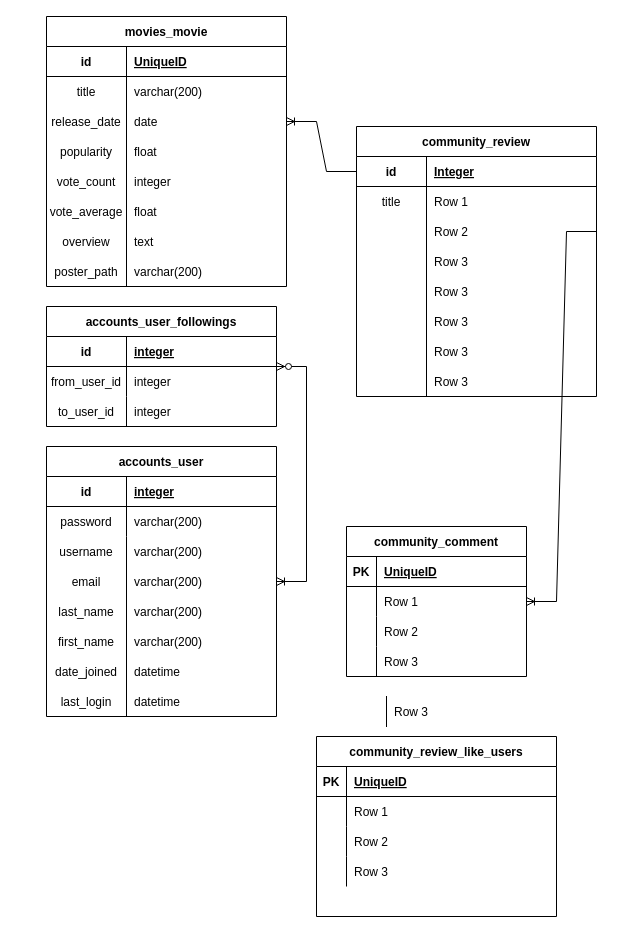
This is ERD.drawio from hanseungjune/ERD_MEMO, a draw.io file, before an edit. Source tidied: cells renumbered, new cells numbered last; positions are measured from the earlier drawing's top-left corner, leaving out a move shared by most shapes. Both pictures are drawn from the tidied source at 100%, with x=0, y=0 at pixel (46, 16).
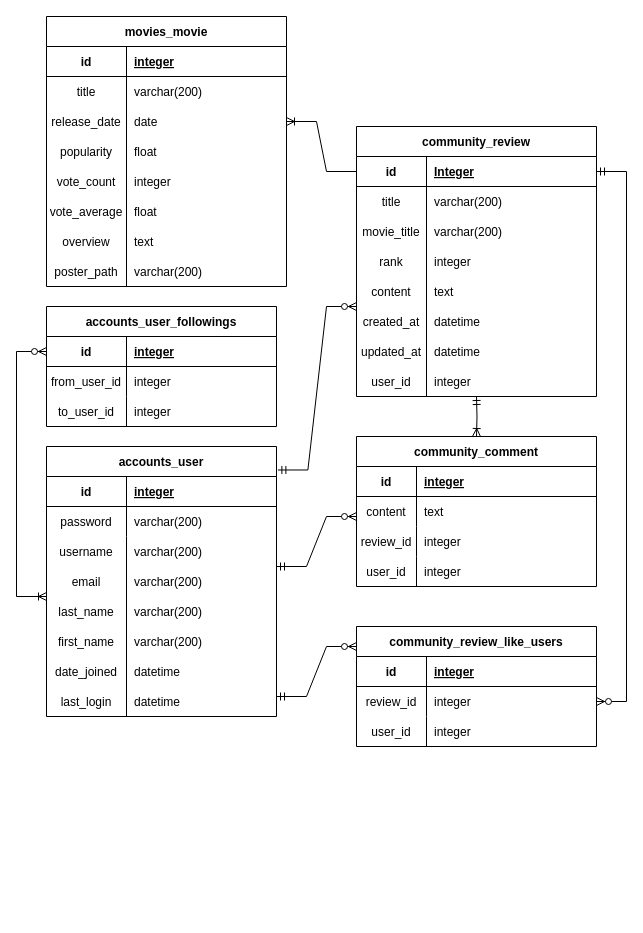
After the change.

The change refers to these unchanged cells:
```xml
<mxCell id="3" style="shape=tableRow;horizontal=0;startSize=0;swimlaneHead=0;swimlaneBody=0;fillColor=none;top=0;left=0;right=0;bottom=1;" parent="2" vertex="1">
  <mxGeometry y="30" width="240" height="30" as="geometry" />
</mxCell>
<mxCell id="16" style="shape=tableRow;horizontal=0;startSize=0;swimlaneHead=0;swimlaneBody=0;fillColor=none;points=[[0,0.5],[1,0.5]];portConstraint=eastwest;top=0;left=0;right=0;bottom=1;" parent="15" vertex="1">
  <mxGeometry y="30" width="240" height="30" as="geometry" />
</mxCell>
<mxCell id="19" style="shape=tableRow;horizontal=0;startSize=0;swimlaneHead=0;swimlaneBody=0;fillColor=none;top=0;left=0;right=0;bottom=0;" parent="15" vertex="1">
  <mxGeometry y="60" width="240" height="30" as="geometry" />
</mxCell>
<mxCell id="22" style="shape=tableRow;horizontal=0;startSize=0;swimlaneHead=0;swimlaneBody=0;fillColor=none;points=[[0,0.5],[1,0.5]];portConstraint=eastwest;top=0;left=0;right=0;bottom=0;" parent="15" vertex="1">
  <mxGeometry y="90" width="240" height="30" as="geometry" />
</mxCell>
<mxCell id="25" style="shape=tableRow;horizontal=0;startSize=0;swimlaneHead=0;swimlaneBody=0;fillColor=none;top=0;left=0;right=0;bottom=0;" parent="15" vertex="1">
  <mxGeometry y="120" width="240" height="30" as="geometry" />
</mxCell>
<mxCell id="44" style="shape=tableRow;horizontal=0;startSize=0;swimlaneHead=0;swimlaneBody=0;fillColor=none;top=0;left=0;right=0;bottom=1;" parent="43" vertex="1">
  <mxGeometry y="30" width="240" height="30" as="geometry" />
</mxCell>
<mxCell id="47" style="shape=tableRow;horizontal=0;startSize=0;swimlaneHead=0;swimlaneBody=0;fillColor=none;points=[[0,0.5],[1,0.5]];portConstraint=eastwest;top=0;left=0;right=0;bottom=0;" parent="43" vertex="1">
  <mxGeometry y="60" width="240" height="30" as="geometry" />
</mxCell>
<mxCell id="50" style="shape=tableRow;horizontal=0;startSize=0;swimlaneHead=0;swimlaneBody=0;fillColor=none;top=0;left=0;right=0;bottom=0;" parent="43" vertex="1">
  <mxGeometry y="90" width="240" height="30" as="geometry" />
</mxCell>
<mxCell id="58" value="accounts_user_followings" style="shape=table;startSize=30;childLayout=tableLayout;rowLines=0;fontStyle=1;align=center;fillColor=none;gradientColor=default;" parent="1" vertex="1">
  <mxGeometry y="290" width="230" height="120" as="geometry" />
</mxCell>
<mxCell id="59" style="shape=tableRow;horizontal=0;startSize=0;swimlaneHead=0;swimlaneBody=0;fillColor=none;points=[[0,0.5],[1,0.5]];portConstraint=eastwest;top=0;left=0;right=0;bottom=1;" parent="58" vertex="1">
  <mxGeometry y="30" width="230" height="30" as="geometry" />
</mxCell>
<mxCell id="68" value="accounts_user" style="shape=table;startSize=30;childLayout=tableLayout;rowLines=0;fontStyle=1;align=center;fillColor=none;gradientColor=default;" parent="1" vertex="1">
  <mxGeometry y="430" width="230" height="270" as="geometry" />
</mxCell>
```

What changed in the source:
```diff
@@
-    <mxCell id="5" value="UniqueID" style="shape=partialRectangle;fillColor=none;top=0;left=0;bottom=0;right=0;align=left;spacingLeft=6;fontStyle=5;overflow=hidden;" parent="3" vertex="1">
+    <mxCell id="5" value="integer" style="shape=partialRectangle;fillColor=none;top=0;left=0;bottom=0;right=0;align=left;spacingLeft=6;fontStyle=5;overflow=hidden;" parent="3" vertex="1">
       <mxGeometry x="80" width="160" height="30" as="geometry" />
     </mxCell>
@@
-    <mxCell id="21" value="Row 1" style="shape=partialRectangle;fillColor=none;top=0;left=0;bottom=0;right=0;align=left;spacingLeft=6;overflow=hidden;" parent="19" vertex="1">
+    <mxCell id="21" value="varchar(200)" style="shape=partialRectangle;fillColor=none;top=0;left=0;bottom=0;right=0;align=left;spacingLeft=6;overflow=hidden;" parent="19" vertex="1">
       <mxGeometry x="70" width="170" height="30" as="geometry" />
     </mxCell>
@@
-    <mxCell id="23" style="shape=partialRectangle;fillColor=none;top=0;left=0;bottom=0;right=1;overflow=hidden;" parent="22" vertex="1">
+    <mxCell id="23" value="movie_title" style="shape=partialRectangle;fillColor=none;top=0;left=0;bottom=0;right=1;overflow=hidden;" parent="22" vertex="1">
       <mxGeometry width="70" height="30" as="geometry" />
     </mxCell>
-    <mxCell id="24" value="Row 2" style="shape=partialRectangle;fillColor=none;top=0;left=0;bottom=0;right=0;align=left;spacingLeft=6;overflow=hidden;" parent="22" vertex="1">
+    <mxCell id="24" value="varchar(200)" style="shape=partialRectangle;fillColor=none;top=0;left=0;bottom=0;right=0;align=left;spacingLeft=6;overflow=hidden;" parent="22" vertex="1">
       <mxGeometry x="70" width="170" height="30" as="geometry" />
     </mxCell>
@@
-    <mxCell id="26" style="shape=partialRectangle;fillColor=none;top=0;left=0;bottom=0;right=1;overflow=hidden;" parent="25" vertex="1">
+    <mxCell id="26" value="rank" style="shape=partialRectangle;fillColor=none;top=0;left=0;bottom=0;right=1;overflow=hidden;" parent="25" vertex="1">
       <mxGeometry width="70" height="30" as="geometry" />
     </mxCell>
-    <mxCell id="27" value="Row 3" style="shape=partialRectangle;fillColor=none;top=0;left=0;bottom=0;right=0;align=left;spacingLeft=6;overflow=hidden;" parent="25" vertex="1">
+    <mxCell id="27" value="integer" style="shape=partialRectangle;fillColor=none;top=0;left=0;bottom=0;right=0;align=left;spacingLeft=6;overflow=hidden;" parent="25" vertex="1">
       <mxGeometry x="70" width="170" height="30" as="geometry" />
     </mxCell>
@@
     <mxCell id="29" value="community_comment" style="shape=table;startSize=30;childLayout=tableLayout;rowLines=0;fontStyle=1;align=center;" parent="1" vertex="1">
-      <mxGeometry x="300" y="510" width="180" height="150" as="geometry" />
+      <mxGeometry x="310" y="420" width="240" height="150" as="geometry" />
     </mxCell>
     <mxCell id="30" style="shape=tableRow;horizontal=0;startSize=0;swimlaneHead=0;swimlaneBody=0;fillColor=none;top=0;left=0;right=0;bottom=1;" parent="29" vertex="1">
-      <mxGeometry y="30" width="180" height="30" as="geometry" />
+      <mxGeometry y="30" width="240" height="30" as="geometry" />
     </mxCell>
-    <mxCell id="31" value="PK" style="shape=partialRectangle;fillColor=none;top=0;left=0;bottom=0;right=0;fontStyle=1;overflow=hidden;" parent="30" vertex="1">
-      <mxGeometry width="30" height="30" as="geometry" />
+    <mxCell id="31" value="id" style="shape=partialRectangle;fillColor=none;top=0;left=0;bottom=0;right=0;fontStyle=1;overflow=hidden;" parent="30" vertex="1">
+      <mxGeometry width="60" height="30" as="geometry" />
     </mxCell>
-    <mxCell id="32" value="UniqueID" style="shape=partialRectangle;fillColor=none;top=0;left=0;bottom=0;right=0;align=left;spacingLeft=6;fontStyle=5;overflow=hidden;" parent="30" vertex="1">
-      <mxGeometry x="30" width="150" height="30" as="geometry" />
+    <mxCell id="32" value="integer" style="shape=partialRectangle;fillColor=none;top=0;left=0;bottom=0;right=0;align=left;spacingLeft=6;fontStyle=5;overflow=hidden;" parent="30" vertex="1">
+      <mxGeometry x="60" width="180" height="30" as="geometry" />
     </mxCell>
     <mxCell id="33" style="shape=tableRow;horizontal=0;startSize=0;swimlaneHead=0;swimlaneBody=0;fillColor=none;points=[[0,0.5],[1,0.5]];portConstraint=eastwest;top=0;left=0;right=0;bottom=0;" parent="29" vertex="1">
-      <mxGeometry y="60" width="180" height="30" as="geometry" />
+      <mxGeometry y="60" width="240" height="30" as="geometry" />
     </mxCell>
-    <mxCell id="34" style="shape=partialRectangle;fillColor=none;top=0;left=0;bottom=0;right=0;overflow=hidden;" parent="33" vertex="1">
-      <mxGeometry width="30" height="30" as="geometry" />
+    <mxCell id="34" value="content" style="shape=partialRectangle;fillColor=none;top=0;left=0;bottom=0;right=0;overflow=hidden;" parent="33" vertex="1">
+      <mxGeometry width="60" height="30" as="geometry" />
     </mxCell>
-    <mxCell id="35" value="Row 1" style="shape=partialRectangle;fillColor=none;top=0;left=0;bottom=0;right=0;align=left;spacingLeft=6;overflow=hidden;" parent="33" vertex="1">
-      <mxGeometry x="30" width="150" height="30" as="geometry" />
+    <mxCell id="35" value="text" style="shape=partialRectangle;fillColor=none;top=0;left=0;bottom=0;right=0;align=left;spacingLeft=6;overflow=hidden;" parent="33" vertex="1">
+      <mxGeometry x="60" width="180" height="30" as="geometry" />
     </mxCell>
     <mxCell id="36" style="shape=tableRow;horizontal=0;startSize=0;swimlaneHead=0;swimlaneBody=0;fillColor=none;top=0;left=0;right=0;bottom=0;" parent="29" vertex="1">
-      <mxGeometry y="90" width="180" height="30" as="geometry" />
+      <mxGeometry y="90" width="240" height="30" as="geometry" />
     </mxCell>
-    <mxCell id="37" style="shape=partialRectangle;fillColor=none;top=0;left=0;bottom=0;right=0;overflow=hidden;" parent="36" vertex="1">
-      <mxGeometry width="30" height="30" as="geometry" />
+    <mxCell id="37" value="review_id" style="shape=partialRectangle;fillColor=none;top=0;left=0;bottom=0;right=0;overflow=hidden;" parent="36" vertex="1">
+      <mxGeometry width="60" height="30" as="geometry" />
     </mxCell>
-    <mxCell id="38" value="Row 2" style="shape=partialRectangle;fillColor=none;top=0;left=0;bottom=0;right=0;align=left;spacingLeft=6;overflow=hidden;" parent="36" vertex="1">
-      <mxGeometry x="30" width="150" height="30" as="geometry" />
+    <mxCell id="38" value="integer" style="shape=partialRectangle;fillColor=none;top=0;left=0;bottom=0;right=0;align=left;spacingLeft=6;overflow=hidden;" parent="36" vertex="1">
+      <mxGeometry x="60" width="180" height="30" as="geometry" />
     </mxCell>
     <mxCell id="39" style="shape=tableRow;horizontal=0;startSize=0;swimlaneHead=0;swimlaneBody=0;fillColor=none;top=0;left=0;right=0;bottom=0;" parent="29" vertex="1">
-      <mxGeometry y="120" width="180" height="30" as="geometry" />
+      <mxGeometry y="120" width="240" height="30" as="geometry" />
     </mxCell>
-    <mxCell id="40" style="shape=partialRectangle;fillColor=none;top=0;left=0;bottom=0;right=0;overflow=hidden;" parent="39" vertex="1">
-      <mxGeometry width="30" height="30" as="geometry" />
+    <mxCell id="40" value="user_id" style="shape=partialRectangle;fillColor=none;top=0;left=0;bottom=0;right=0;overflow=hidden;" parent="39" vertex="1">
+      <mxGeometry width="60" height="30" as="geometry" />
     </mxCell>
-    <mxCell id="41" value="Row 3" style="shape=partialRectangle;fillColor=none;top=0;left=0;bottom=0;right=0;align=left;spacingLeft=6;overflow=hidden;" parent="39" vertex="1">
-      <mxGeometry x="30" width="150" height="30" as="geometry" />
+    <mxCell id="41" value="integer" style="shape=partialRectangle;fillColor=none;top=0;left=0;bottom=0;right=0;align=left;spacingLeft=6;overflow=hidden;" parent="39" vertex="1">
+      <mxGeometry x="60" width="180" height="30" as="geometry" />
     </mxCell>
-    <mxCell id="42" style="edgeStyle=entityRelationEdgeStyle;fontSize=12;html=1;endArrow=ERoneToMany;rounded=0;exitX=1;exitY=0.5;exitDx=0;exitDy=0;entryX=1;entryY=0.5;entryDx=0;entryDy=0;" parent="1" edge="1" source="22" target="33">
-      <mxGeometry relative="1" as="geometry" />
-    </mxCell>
     <mxCell id="43" value="community_review_like_users" style="shape=table;startSize=30;childLayout=tableLayout;rowLines=0;fontStyle=1;align=center;" parent="1" vertex="1">
-      <mxGeometry x="270" y="720" width="240" height="180" as="geometry" />
+      <mxGeometry x="310" y="610" width="240" height="120" as="geometry" />
     </mxCell>
@@
-    <mxCell id="45" value="PK" style="shape=partialRectangle;fillColor=none;top=0;left=0;bottom=0;right=0;fontStyle=1;overflow=hidden;" parent="44" vertex="1">
-      <mxGeometry width="30" height="30" as="geometry" />
+    <mxCell id="45" value="id" style="shape=partialRectangle;fillColor=none;top=0;left=0;bottom=0;right=0;fontStyle=1;overflow=hidden;" parent="44" vertex="1">
+      <mxGeometry width="70" height="30" as="geometry" />
     </mxCell>
-    <mxCell id="46" value="UniqueID" style="shape=partialRectangle;top=0;left=0;bottom=0;right=0;align=left;spacingLeft=6;fontStyle=5;overflow=hidden;gradientColor=default;fillColor=none;" parent="44" vertex="1">
-      <mxGeometry x="30" width="210" height="30" as="geometry" />
+    <mxCell id="46" value="integer" style="shape=partialRectangle;top=0;left=0;bottom=0;right=0;align=left;spacingLeft=6;fontStyle=5;overflow=hidden;gradientColor=default;fillColor=none;" parent="44" vertex="1">
+      <mxGeometry x="70" width="170" height="30" as="geometry" />
     </mxCell>
@@
-    <mxCell id="48" style="shape=partialRectangle;fillColor=none;top=0;left=0;bottom=0;right=0;overflow=hidden;" parent="47" vertex="1">
-      <mxGeometry width="30" height="30" as="geometry" />
+    <mxCell id="48" value="review_id" style="shape=partialRectangle;fillColor=none;top=0;left=0;bottom=0;right=0;overflow=hidden;" parent="47" vertex="1">
+      <mxGeometry width="70" height="30" as="geometry" />
     </mxCell>
-    <mxCell id="49" value="Row 1" style="shape=partialRectangle;fillColor=none;top=0;left=0;bottom=0;right=0;align=left;spacingLeft=6;overflow=hidden;" parent="47" vertex="1">
-      <mxGeometry x="30" width="210" height="30" as="geometry" />
+    <mxCell id="49" value="integer" style="shape=partialRectangle;fillColor=none;top=0;left=0;bottom=0;right=0;align=left;spacingLeft=6;overflow=hidden;" parent="47" vertex="1">
+      <mxGeometry x="70" width="170" height="30" as="geometry" />
     </mxCell>
@@
-    <mxCell id="51" style="shape=partialRectangle;fillColor=none;top=0;left=0;bottom=0;right=0;overflow=hidden;" parent="50" vertex="1">
-      <mxGeometry width="30" height="30" as="geometry" />
+    <mxCell id="51" value="user_id" style="shape=partialRectangle;fillColor=none;top=0;left=0;bottom=0;right=0;overflow=hidden;" parent="50" vertex="1">
+      <mxGeometry width="70" height="30" as="geometry" />
     </mxCell>
-    <mxCell id="52" value="Row 2" style="shape=partialRectangle;fillColor=none;top=0;left=0;bottom=0;right=0;align=left;spacingLeft=6;overflow=hidden;" parent="50" vertex="1">
-      <mxGeometry x="30" width="210" height="30" as="geometry" />
+    <mxCell id="52" value="integer" style="shape=partialRectangle;fillColor=none;top=0;left=0;bottom=0;right=0;align=left;spacingLeft=6;overflow=hidden;" parent="50" vertex="1">
+      <mxGeometry x="70" width="170" height="30" as="geometry" />
     </mxCell>
-    <mxCell id="53" style="shape=tableRow;horizontal=0;startSize=0;swimlaneHead=0;swimlaneBody=0;fillColor=none;top=0;left=0;right=0;bottom=0;" parent="43" vertex="1">
-      <mxGeometry y="120" width="240" height="30" as="geometry" />
-    </mxCell>
-    <mxCell id="54" style="shape=partialRectangle;fillColor=none;top=0;left=0;bottom=0;right=0;overflow=hidden;" parent="53" vertex="1">
-      <mxGeometry width="30" height="30" as="geometry" />
-    </mxCell>
-    <mxCell id="55" value="Row 3" style="shape=partialRectangle;fillColor=none;top=0;left=0;bottom=0;right=0;align=left;spacingLeft=6;overflow=hidden;" parent="53" vertex="1">
-      <mxGeometry x="30" width="210" height="30" as="geometry" />
-    </mxCell>
-    <mxCell id="56" style="shape=partialRectangle;fillColor=none;top=0;left=0;bottom=0;right=0;overflow=hidden;" parent="1" vertex="1">
-      <mxGeometry x="310" y="680" width="30" height="30" as="geometry" />
-    </mxCell>
-    <mxCell id="57" value="Row 3" style="shape=partialRectangle;fillColor=none;top=0;left=1;bottom=0;right=0;align=left;spacingLeft=6;overflow=hidden;" parent="1" vertex="1">
-      <mxGeometry x="340" y="680" width="210" height="30" as="geometry" />
-    </mxCell>
@@
-    <mxCell id="88" style="edgeStyle=entityRelationEdgeStyle;fontSize=12;html=1;endArrow=ERoneToMany;startArrow=ERzeroToMany;rounded=0;" parent="1" edge="1" source="58" target="68">
-      <mxGeometry relative="1" as="geometry" />
+    <mxCell id="88" style="edgeStyle=elbowEdgeStyle;fontSize=12;html=1;endArrow=ERoneToMany;startArrow=ERzeroToMany;rounded=0;exitX=0;exitY=0.5;exitDx=0;exitDy=0;" parent="1" edge="1" source="59">
+      <mxGeometry relative="1" as="geometry">
+        <mxPoint y="580" as="targetPoint" />
+        <Array as="points">
+          <mxPoint x="-30" y="440" />
+        </Array>
+      </mxGeometry>
     </mxCell>
@@
-    <mxCell id="108" value="Row 3" style="shape=partialRectangle;fillColor=none;top=0;left=0;bottom=0;right=0;align=left;spacingLeft=6;overflow=hidden;" parent="1" vertex="1">
+    <mxCell id="108" value="integer" style="shape=partialRectangle;fillColor=none;top=0;left=0;bottom=0;right=0;align=left;spacingLeft=6;overflow=hidden;" parent="1" vertex="1">
       <mxGeometry x="380" y="350" width="170" height="30" as="geometry" />
     </mxCell>
-    <mxCell id="109" style="shape=partialRectangle;fillColor=none;top=0;left=0;bottom=0;right=1;overflow=hidden;" parent="1" vertex="1">
+    <mxCell id="109" value="user_id" style="shape=partialRectangle;fillColor=none;top=0;left=0;bottom=0;right=1;overflow=hidden;" parent="1" vertex="1">
       <mxGeometry x="310" y="350" width="70" height="30" as="geometry" />
     </mxCell>
-    <mxCell id="110" value="Row 3" style="shape=partialRectangle;fillColor=none;top=0;left=0;bottom=0;right=0;align=left;spacingLeft=6;overflow=hidden;" parent="1" vertex="1">
+    <mxCell id="110" value="datetime" style="shape=partialRectangle;fillColor=none;top=0;left=0;bottom=0;right=0;align=left;spacingLeft=6;overflow=hidden;" parent="1" vertex="1">
       <mxGeometry x="380" y="320" width="170" height="30" as="geometry" />
     </mxCell>
-    <mxCell id="111" style="shape=partialRectangle;fillColor=none;top=0;left=0;bottom=0;right=1;overflow=hidden;" parent="1" vertex="1">
+    <mxCell id="111" value="updated_at" style="shape=partialRectangle;fillColor=none;top=0;left=0;bottom=0;right=1;overflow=hidden;" parent="1" vertex="1">
       <mxGeometry x="310" y="320" width="70" height="30" as="geometry" />
     </mxCell>
-    <mxCell id="112" value="Row 3" style="shape=partialRectangle;fillColor=none;top=0;left=0;bottom=0;right=0;align=left;spacingLeft=6;overflow=hidden;" parent="1" vertex="1">
+    <mxCell id="112" value="datetime" style="shape=partialRectangle;fillColor=none;top=0;left=0;bottom=0;right=0;align=left;spacingLeft=6;overflow=hidden;" parent="1" vertex="1">
       <mxGeometry x="380" y="290" width="170" height="30" as="geometry" />
     </mxCell>
-    <mxCell id="113" style="shape=partialRectangle;fillColor=none;top=0;left=0;bottom=0;right=1;overflow=hidden;" parent="1" vertex="1">
+    <mxCell id="113" value="created_at" style="shape=partialRectangle;fillColor=none;top=0;left=0;bottom=0;right=1;overflow=hidden;" parent="1" vertex="1">
       <mxGeometry x="310" y="290" width="70" height="30" as="geometry" />
     </mxCell>
-    <mxCell id="114" style="shape=partialRectangle;fillColor=none;top=0;left=0;bottom=0;right=1;overflow=hidden;" parent="1" vertex="1">
+    <mxCell id="114" value="content" style="shape=partialRectangle;fillColor=none;top=0;left=0;bottom=0;right=1;overflow=hidden;" parent="1" vertex="1">
       <mxGeometry x="310" y="260" width="70" height="30" as="geometry" />
     </mxCell>
-    <mxCell id="115" value="Row 3" style="shape=partialRectangle;fillColor=none;top=0;left=0;bottom=0;right=0;align=left;spacingLeft=6;overflow=hidden;" parent="1" vertex="1">
+    <mxCell id="115" value="text" style="shape=partialRectangle;fillColor=none;top=0;left=0;bottom=0;right=0;align=left;spacingLeft=6;overflow=hidden;" parent="1" vertex="1">
       <mxGeometry x="380" y="260" width="170" height="30" as="geometry" />
     </mxCell>
+    <mxCell id="116" style="edgeStyle=orthogonalEdgeStyle;fontSize=12;html=1;endArrow=ERoneToMany;startArrow=ERmandOne;rounded=0;entryX=0.5;entryY=0;entryDx=0;entryDy=0;" parent="1" edge="1" target="29">
+      <mxGeometry relative="1" as="geometry">
+        <mxPoint x="430" y="380" as="sourcePoint" />
+      </mxGeometry>
+    </mxCell>
+    <mxCell id="117" style="edgeStyle=entityRelationEdgeStyle;fontSize=12;html=1;endArrow=ERzeroToMany;startArrow=ERmandOne;rounded=0;" parent="1" edge="1" source="16" target="47">
+      <mxGeometry relative="1" as="geometry" />
+    </mxCell>
+    <mxCell id="118" style="edgeStyle=entityRelationEdgeStyle;fontSize=12;html=1;endArrow=ERzeroToMany;startArrow=ERmandOne;rounded=0;exitX=1.006;exitY=0.087;exitDx=0;exitDy=0;exitPerimeter=0;" parent="1" edge="1" source="68">
+      <mxGeometry relative="1" as="geometry">
+        <mxPoint x="310" y="290" as="targetPoint" />
+      </mxGeometry>
+    </mxCell>
+    <mxCell id="119" style="edgeStyle=entityRelationEdgeStyle;fontSize=12;html=1;endArrow=ERzeroToMany;startArrow=ERmandOne;rounded=0;" parent="1" edge="1">
+      <mxGeometry relative="1" as="geometry">
+        <mxPoint x="230" y="550" as="sourcePoint" />
+        <mxPoint x="310" y="500" as="targetPoint" />
+      </mxGeometry>
+    </mxCell>
+    <mxCell id="120" style="edgeStyle=entityRelationEdgeStyle;fontSize=12;html=1;endArrow=ERzeroToMany;startArrow=ERmandOne;rounded=0;" parent="1" edge="1">
+      <mxGeometry relative="1" as="geometry">
+        <mxPoint x="230" y="680" as="sourcePoint" />
+        <mxPoint x="310" y="630" as="targetPoint" />
+      </mxGeometry>
+    </mxCell>
```
